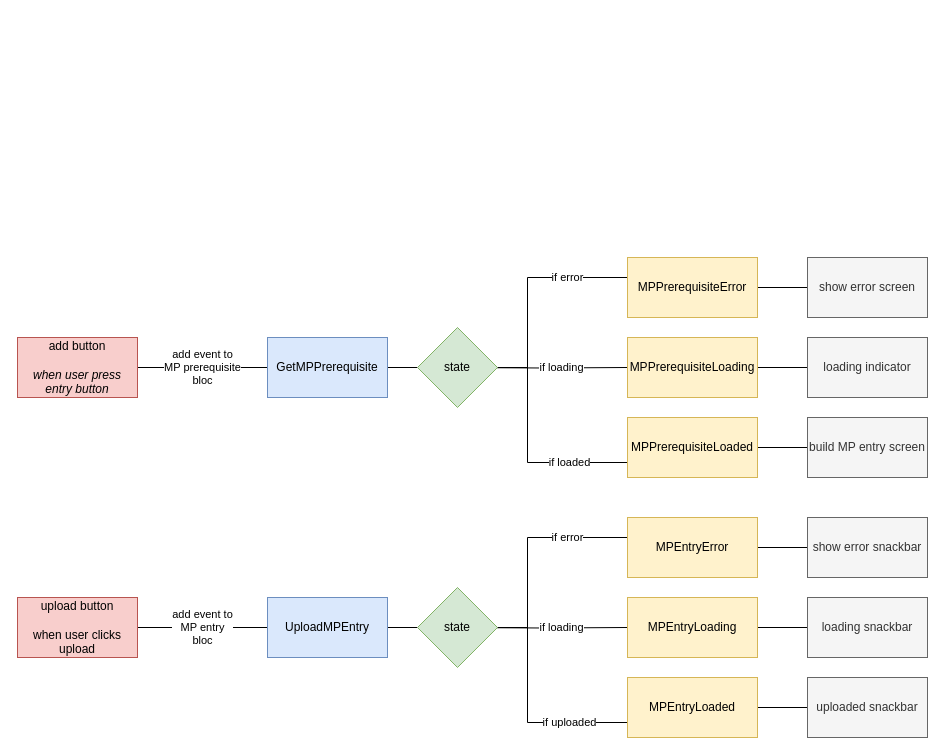
The draw.io diagram page "BusinessLogic" (5 of 5) of material purchase entry.drawio in naveen1047/sangeetha-project, before the edit. Source tidied: cells renumbered, new cells numbered last; positions are measured from the earlier drawing's top-left corner, leaving out a move shared by most shapes. Both pictures are drawn from the tidied source at 100%, with x=0, y=0 at pixel (17, 257).
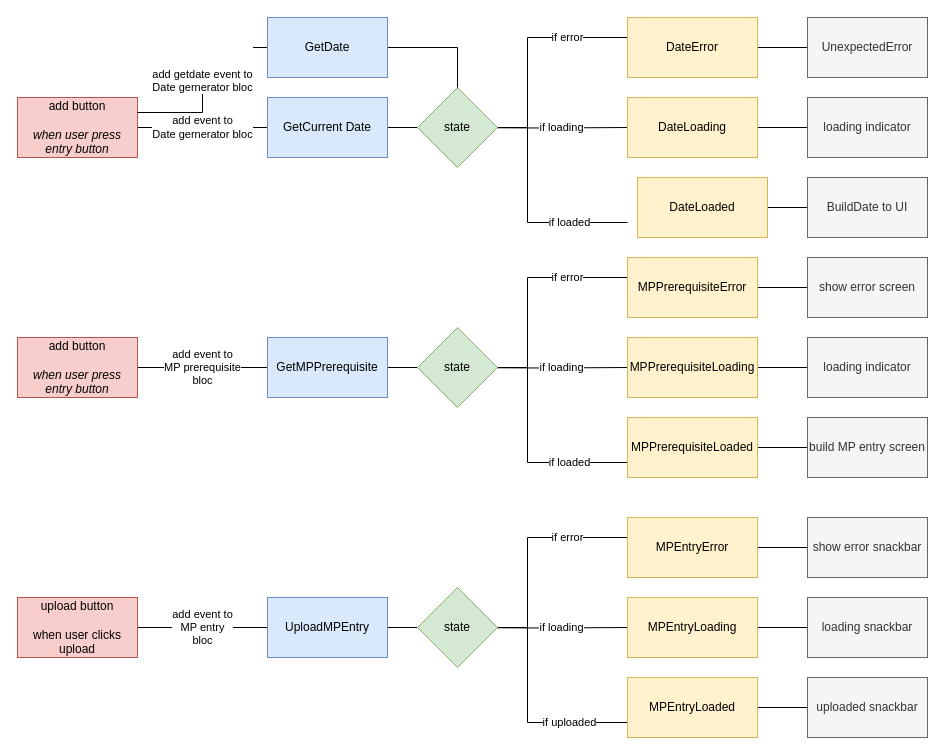
The same page after the edit.

The edit, as a diff of the source:
```diff
@@
+    <mxCell id="36" value="add event to&lt;br&gt;Date gernerator bloc" style="edgeStyle=orthogonalEdgeStyle;rounded=0;jettySize=auto;html=1;exitX=1;exitY=0.5;exitDx=0;exitDy=0;startArrow=none;startFill=0;endArrow=none;endFill=0;" parent="1" edge="1" source="37" target="39">
+      <mxGeometry relative="1" as="geometry">
+        <Array as="points">
+          <mxPoint x="190" y="-130" />
+          <mxPoint x="190" y="-130" />
+        </Array>
+      </mxGeometry>
+    </mxCell>
+    <mxCell id="37" value="add button&lt;br&gt;&lt;br&gt;&lt;i&gt;when user press entry button&lt;/i&gt;" style="rounded=0;whiteSpace=wrap;html=1;fillColor=#f8cecc;strokeColor=#b85450;" parent="1" vertex="1">
+      <mxGeometry y="-160" width="120" height="60" as="geometry" />
+    </mxCell>
+    <mxCell id="38" style="edgeStyle=orthogonalEdgeStyle;rounded=0;jettySize=auto;html=1;exitX=1;exitY=0.5;exitDx=0;exitDy=0;entryX=0;entryY=0.5;entryDx=0;entryDy=0;startArrow=none;startFill=0;endArrow=none;endFill=0;" parent="1" edge="1" source="39" target="43">
+      <mxGeometry relative="1" as="geometry" />
+    </mxCell>
+    <mxCell id="39" value="GetCurrent Date" style="rounded=0;whiteSpace=wrap;html=1;fillColor=#dae8fc;strokeColor=#6c8ebf;" parent="1" vertex="1">
+      <mxGeometry x="250" y="-160" width="120" height="60" as="geometry" />
+    </mxCell>
+    <mxCell id="40" value="if error" style="edgeStyle=orthogonalEdgeStyle;rounded=0;jettySize=auto;html=1;entryX=0;entryY=0.5;entryDx=0;entryDy=0;startArrow=none;startFill=0;endArrow=none;endFill=0;" parent="1" edge="1" target="45">
+      <mxGeometry x="0.48" relative="1" as="geometry">
+        <mxPoint x="440" y="-130" as="sourcePoint" />
+        <Array as="points">
+          <mxPoint x="510" y="-130" />
+          <mxPoint x="510" y="-220" />
+        </Array>
+      </mxGeometry>
+    </mxCell>
+    <mxCell id="41" value="&#10;&#10;&lt;span style=&quot;color: rgb(0, 0, 0); font-family: helvetica; font-size: 11px; font-style: normal; font-weight: 400; letter-spacing: normal; text-align: center; text-indent: 0px; text-transform: none; word-spacing: 0px; background-color: rgb(255, 255, 255); display: inline; float: none;&quot;&gt;if loaded&lt;/span&gt;&#10;&#10;" style="edgeStyle=orthogonalEdgeStyle;rounded=0;orthogonalLoop=1;jettySize=auto;html=1;entryX=0;entryY=0.75;entryDx=0;entryDy=0;startArrow=none;startFill=0;endArrow=none;endFill=0;" parent="1" edge="1">
+      <mxGeometry x="0.56" relative="1" as="geometry">
+        <mxPoint x="440" y="-130" as="sourcePoint" />
+        <mxPoint x="610" y="-35" as="targetPoint" />
+        <Array as="points">
+          <mxPoint x="510" y="-130" />
+          <mxPoint x="510" y="-35" />
+        </Array>
+      </mxGeometry>
+    </mxCell>
+    <mxCell id="42" value="if loading" style="edgeStyle=orthogonalEdgeStyle;rounded=0;jettySize=auto;html=1;exitX=1;exitY=0.5;exitDx=0;exitDy=0;startArrow=none;startFill=0;endArrow=none;endFill=0;" parent="1" edge="1" target="47">
+      <mxGeometry x="0.23" relative="1" as="geometry">
+        <mxPoint x="440" y="-130" as="sourcePoint" />
+      </mxGeometry>
+    </mxCell>
+    <mxCell id="43" value="state" style="rhombus;whiteSpace=wrap;html=1;fillColor=#d5e8d4;strokeColor=#82b366;" parent="1" vertex="1">
+      <mxGeometry x="400" y="-170" width="80" height="80" as="geometry" />
+    </mxCell>
+    <mxCell id="44" style="edgeStyle=orthogonalEdgeStyle;rounded=0;jettySize=auto;html=1;exitX=1;exitY=0.5;exitDx=0;exitDy=0;entryX=0;entryY=0.5;entryDx=0;entryDy=0;startArrow=none;startFill=0;endArrow=none;endFill=0;" parent="1" edge="1" source="45" target="50">
+      <mxGeometry relative="1" as="geometry" />
+    </mxCell>
+    <mxCell id="45" value="DateError" style="rounded=0;whiteSpace=wrap;html=1;fillColor=#fff2cc;strokeColor=#d6b656;" parent="1" vertex="1">
+      <mxGeometry x="610" y="-240" width="130" height="60" as="geometry" />
+    </mxCell>
+    <mxCell id="46" style="edgeStyle=orthogonalEdgeStyle;rounded=0;jettySize=auto;html=1;startArrow=none;startFill=0;endArrow=none;endFill=0;" parent="1" edge="1" source="47" target="51">
+      <mxGeometry relative="1" as="geometry" />
+    </mxCell>
+    <mxCell id="47" value="DateLoading" style="rounded=0;whiteSpace=wrap;html=1;fillColor=#fff2cc;strokeColor=#d6b656;" parent="1" vertex="1">
+      <mxGeometry x="610" y="-160" width="130" height="60" as="geometry" />
+    </mxCell>
+    <mxCell id="48" style="edgeStyle=orthogonalEdgeStyle;rounded=0;orthogonalLoop=1;jettySize=auto;html=1;startArrow=none;startFill=0;endArrow=none;endFill=0;" parent="1" edge="1">
+      <mxGeometry relative="1" as="geometry">
+        <mxPoint x="740" y="-50" as="sourcePoint" />
+        <mxPoint x="790" y="-50" as="targetPoint" />
+      </mxGeometry>
+    </mxCell>
+    <mxCell id="49" value="DateLoaded" style="rounded=0;whiteSpace=wrap;html=1;fillColor=#fff2cc;strokeColor=#d6b656;" parent="1" vertex="1">
+      <mxGeometry x="620" y="-80" width="130" height="60" as="geometry" />
+    </mxCell>
+    <mxCell id="50" value="UnexpectedError" style="rounded=0;whiteSpace=wrap;html=1;fillColor=#f5f5f5;strokeColor=#666666;fontColor=#333333;" parent="1" vertex="1">
+      <mxGeometry x="790" y="-240" width="120" height="60" as="geometry" />
+    </mxCell>
+    <mxCell id="51" value="loading indicator" style="rounded=0;whiteSpace=wrap;html=1;fillColor=#f5f5f5;strokeColor=#666666;fontColor=#333333;" parent="1" vertex="1">
+      <mxGeometry x="790" y="-160" width="120" height="60" as="geometry" />
+    </mxCell>
+    <mxCell id="52" value="BuildDate to UI" style="rounded=0;whiteSpace=wrap;html=1;fillColor=#f5f5f5;strokeColor=#666666;fontColor=#333333;" parent="1" vertex="1">
+      <mxGeometry x="790" y="-80" width="120" height="60" as="geometry" />
+    </mxCell>
+    <mxCell id="53" value="&lt;br&gt;&lt;br&gt;&lt;span style=&quot;color: rgb(0 , 0 , 0) ; font-family: &amp;#34;helvetica&amp;#34; ; font-size: 11px ; font-style: normal ; font-weight: 400 ; letter-spacing: normal ; text-align: center ; text-indent: 0px ; text-transform: none ; word-spacing: 0px ; background-color: rgb(255 , 255 , 255) ; display: inline ; float: none&quot;&gt;add getdate event to&lt;/span&gt;&lt;br style=&quot;color: rgb(0 , 0 , 0) ; font-family: &amp;#34;helvetica&amp;#34; ; font-size: 11px ; font-style: normal ; font-weight: 400 ; letter-spacing: normal ; text-align: center ; text-indent: 0px ; text-transform: none ; word-spacing: 0px&quot;&gt;&lt;span style=&quot;color: rgb(0 , 0 , 0) ; font-family: &amp;#34;helvetica&amp;#34; ; font-size: 11px ; font-style: normal ; font-weight: 400 ; letter-spacing: normal ; text-align: center ; text-indent: 0px ; text-transform: none ; word-spacing: 0px ; background-color: rgb(255 , 255 , 255) ; display: inline ; float: none&quot;&gt;Date gernerator bloc&lt;/span&gt;&lt;br&gt;" style="edgeStyle=orthogonalEdgeStyle;rounded=0;jettySize=auto;html=1;entryX=1;entryY=0.25;entryDx=0;entryDy=0;endArrow=none;endFill=0;" parent="1" edge="1" source="55" target="37">
+      <mxGeometry x="-0.13" relative="1" as="geometry" />
+    </mxCell>
+    <mxCell id="54" style="edgeStyle=orthogonalEdgeStyle;rounded=0;jettySize=auto;html=1;entryX=0.5;entryY=0;entryDx=0;entryDy=0;endArrow=none;endFill=0;" parent="1" edge="1" source="55" target="43">
+      <mxGeometry relative="1" as="geometry" />
+    </mxCell>
+    <mxCell id="55" value="GetDate" style="rounded=0;whiteSpace=wrap;html=1;fillColor=#dae8fc;strokeColor=#6c8ebf;" parent="1" vertex="1">
+      <mxGeometry x="250" y="-240" width="120" height="60" as="geometry" />
+    </mxCell>
+    <mxCell id="56" style="edgeStyle=orthogonalEdgeStyle;rounded=0;orthogonalLoop=1;jettySize=auto;html=1;exitX=1;exitY=0.5;exitDx=0;exitDy=0;entryX=0;entryY=0.5;entryDx=0;entryDy=0;startArrow=none;startFill=0;endArrow=none;endFill=0;" parent="1" edge="1">
+      <mxGeometry relative="1" as="geometry">
+        <mxPoint x="410" y="-120" as="targetPoint" />
+      </mxGeometry>
+    </mxCell>
+    <mxCell id="57" style="edgeStyle=orthogonalEdgeStyle;rounded=0;orthogonalLoop=1;jettySize=auto;html=1;exitX=1;exitY=0.5;exitDx=0;exitDy=0;entryX=0;entryY=0.5;entryDx=0;entryDy=0;startArrow=none;startFill=0;endArrow=none;endFill=0;" parent="1" edge="1">
+      <mxGeometry relative="1" as="geometry">
+        <mxPoint x="750" y="-200" as="sourcePoint" />
+      </mxGeometry>
+    </mxCell>
+    <mxCell id="58" style="edgeStyle=orthogonalEdgeStyle;rounded=0;orthogonalLoop=1;jettySize=auto;html=1;startArrow=none;startFill=0;endArrow=none;endFill=0;" parent="1" edge="1">
+      <mxGeometry relative="1" as="geometry">
+        <mxPoint x="750" y="-120" as="sourcePoint" />
+      </mxGeometry>
+    </mxCell>
+    <mxCell id="59" style="edgeStyle=orthogonalEdgeStyle;rounded=0;orthogonalLoop=1;jettySize=auto;html=1;entryX=0.5;entryY=0;entryDx=0;entryDy=0;endArrow=none;endFill=0;" parent="1" edge="1">
+      <mxGeometry relative="1" as="geometry">
+        <mxPoint x="450" y="-160" as="targetPoint" />
+      </mxGeometry>
+    </mxCell>
```
